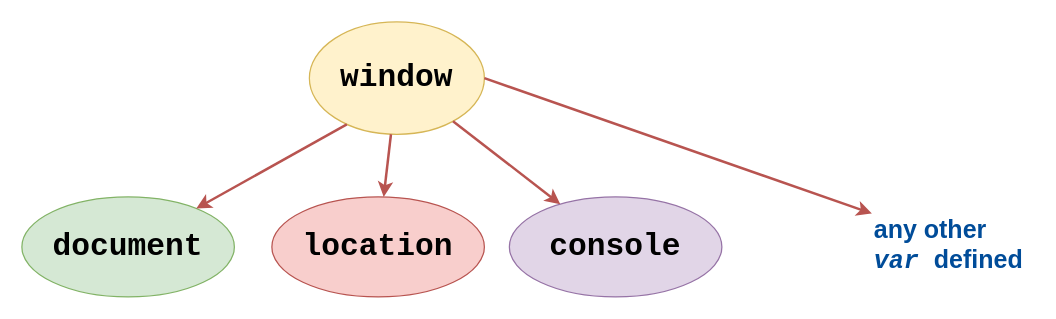
The draw.io diagram page "window Object" (4 of 5) of docs/imgs/draw.io.2.drawio in tejaswigowda/book.programmingthecloud.com, before the edit. Source tidied: cells renumbered, new cells numbered last; positions are measured from the earlier drawing's top-left corner, leaving out a move shared by most shapes. Both pictures are drawn from the tidied source at 125%, with x=0, y=0 at pixel (21, 21).
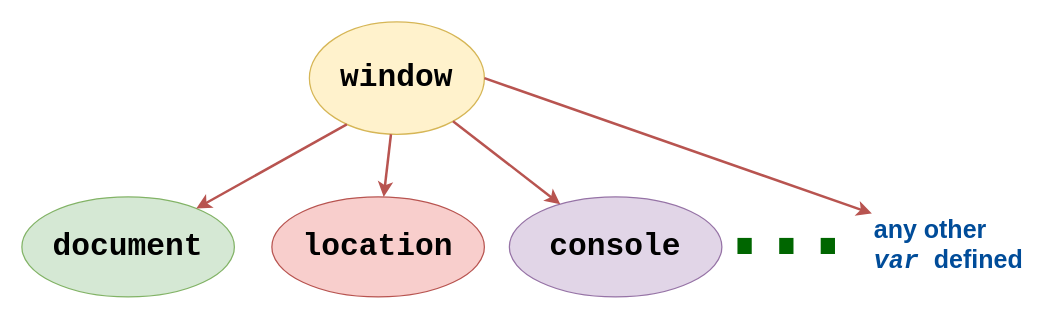
Above is the later version.

The edit, as a diff of the source:
```diff
@@
 <mxGraphModel>
   <root>
     <mxCell id="0" />
     <mxCell id="1" parent="0" />
     <mxCell id="2" value="&lt;font face=&quot;Courier New&quot; style=&quot;font-size: 25px&quot;&gt;window&lt;/font&gt;" style="ellipse;whiteSpace=wrap;html=1;fontStyle=1;fillColor=#fff2cc;strokeColor=#d6b656;" parent="1" vertex="1">
       <mxGeometry x="230" width="140" height="90" as="geometry" />
     </mxCell>
     <mxCell id="3" value="&lt;font face=&quot;Courier New&quot; style=&quot;font-size: 25px&quot;&gt;document&lt;/font&gt;" style="ellipse;whiteSpace=wrap;html=1;fontStyle=1;fillColor=#d5e8d4;strokeColor=#82b366;" parent="1" vertex="1">
       <mxGeometry y="140" width="170" height="80" as="geometry" />
     </mxCell>
     <mxCell id="4" style="endArrow=classic;html=1;exitX=0.214;exitY=0.911;exitDx=0;exitDy=0;exitPerimeter=0;fillColor=#f8cecc;strokeColor=#b85450;strokeWidth=2;" parent="1" edge="1" source="2" target="3">
       <mxGeometry relative="1" as="geometry" />
     </mxCell>
     <mxCell id="5" value="&lt;font face=&quot;Courier New&quot; style=&quot;font-size: 25px&quot;&gt;location&lt;/font&gt;" style="ellipse;whiteSpace=wrap;html=1;fontStyle=1;fillColor=#f8cecc;strokeColor=#b85450;" parent="1" vertex="1">
       <mxGeometry x="200" y="140" width="170" height="80" as="geometry" />
     </mxCell>
     <mxCell id="6" style="endArrow=classic;html=1;fillColor=#f8cecc;strokeColor=#b85450;strokeWidth=2;" parent="1" edge="1" source="2" target="5">
       <mxGeometry relative="1" as="geometry" />
     </mxCell>
     <mxCell id="7" value="&lt;font face=&quot;Courier New&quot; style=&quot;font-size: 25px&quot;&gt;console&lt;/font&gt;" style="ellipse;whiteSpace=wrap;html=1;fontStyle=1;fillColor=#e1d5e7;strokeColor=#9673a6;" parent="1" vertex="1">
       <mxGeometry x="390" y="140" width="170" height="80" as="geometry" />
     </mxCell>
     <mxCell id="8" style="endArrow=classic;html=1;fillColor=#f8cecc;strokeColor=#b85450;strokeWidth=2;" parent="1" edge="1" source="2" target="7">
       <mxGeometry relative="1" as="geometry" />
     </mxCell>
     <mxCell id="9" style="endArrow=classic;html=1;exitX=1;exitY=0.5;exitDx=0;exitDy=0;strokeWidth=2;fillColor=#f8cecc;strokeColor=#b85450;" parent="1" edge="1" source="2" target="10">
       <mxGeometry relative="1" as="geometry" />
     </mxCell>
     <mxCell id="10" value="&lt;font color=&quot;#004c99&quot;&gt;any other &lt;br&gt;&lt;i&gt;&lt;font face=&quot;Courier New&quot;&gt;var&amp;nbsp;&lt;/font&gt;&lt;/i&gt;defined&lt;/font&gt;" style="text;html=1;points=[];align=left;verticalAlign=top;spacingTop=-4;fontSize=20;fontStyle=1;fontColor=#006600;" parent="1" vertex="1">
       <mxGeometry x="680" y="151" width="130" height="50" as="geometry" />
     </mxCell>
+    <mxCell id="11" value="&lt;font style=&quot;font-size: 120px&quot;&gt;...&lt;/font&gt;" style="text;html=1;align=left;verticalAlign=top;spacingTop=-4;fontSize=20;fontColor=#006600;" parent="1" vertex="1">
+      <mxGeometry x="560" y="69" width="120" height="60" as="geometry" />
+    </mxCell>
   </root>
 </mxGraphModel>
```
